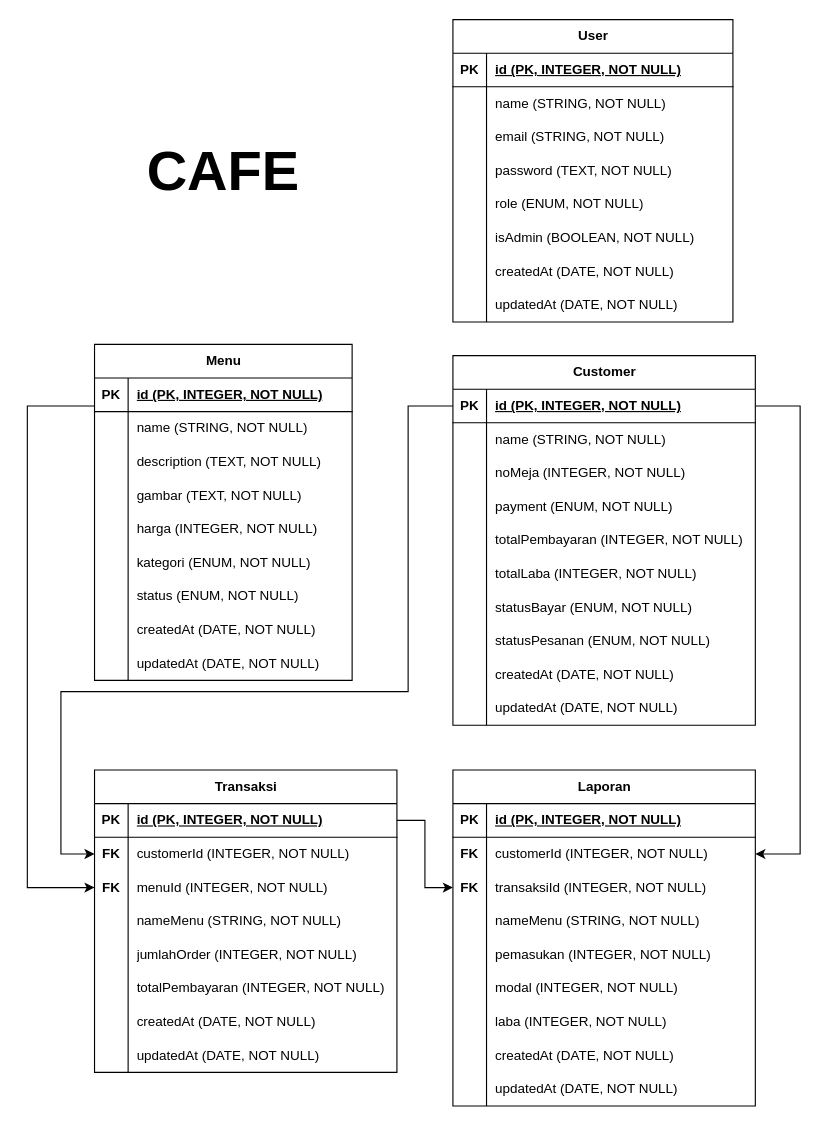
Above: assets/ERD CAFE.drawio in Kelompok1-FinalProject/server (draw.io), before the change. Source tidied: cells renumbered, new cells numbered last; positions are measured from the earlier drawing's top-left corner, leaving out a move shared by most shapes. Both pictures are drawn from the tidied source at 112%, with x=0, y=0 at pixel (27, 19).
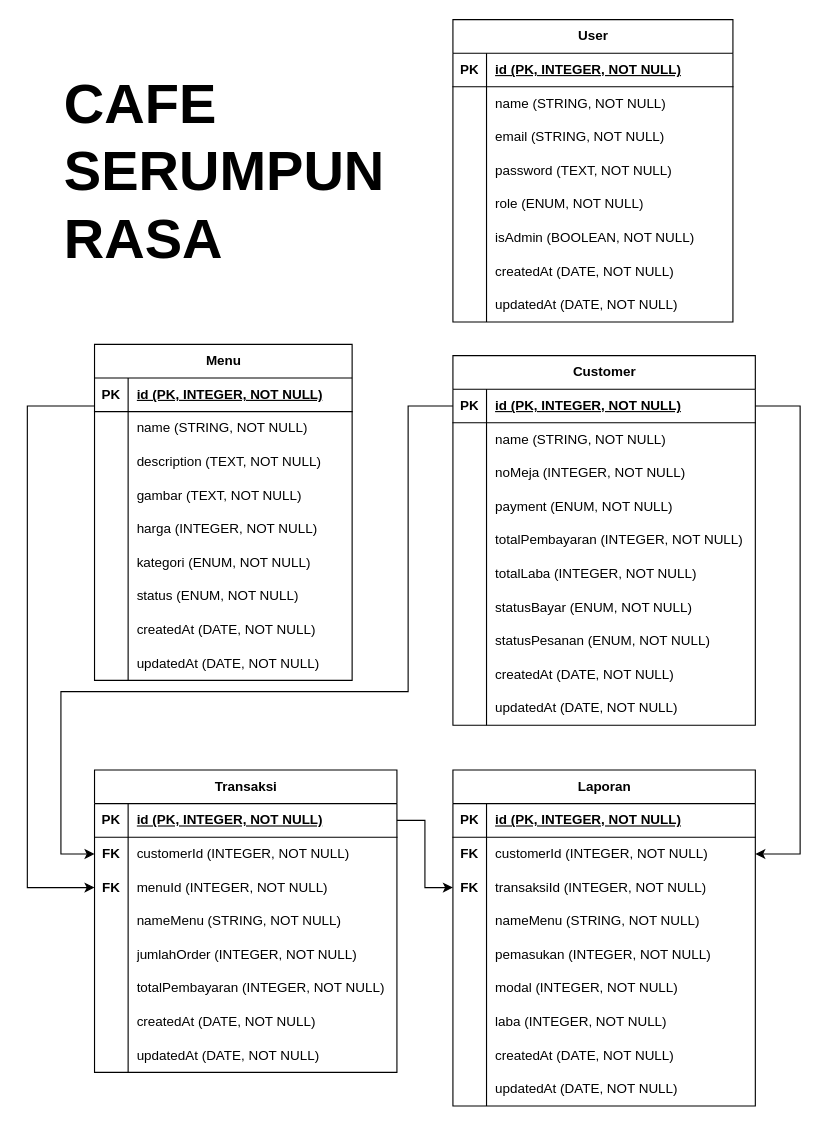
Above is the later version.

Commit message (it also covers changes not shown here):
Revisi ERD

What changed in the source:
```diff
@@
-    <mxCell id="143" value="CAFE" style="text;html=1;strokeColor=none;fillColor=none;align=center;verticalAlign=middle;whiteSpace=wrap;rounded=0;fontStyle=1;fontSize=50;" parent="1" vertex="1">
-      <mxGeometry x="99.9" y="100" width="150" height="70" as="geometry" />
+    <mxCell id="143" value="&lt;div style=&quot;&quot;&gt;&lt;span style=&quot;background-color: initial;&quot;&gt;CAFE SERUMPUN RASA&lt;/span&gt;&lt;/div&gt;" style="text;html=1;strokeColor=none;fillColor=none;align=left;verticalAlign=middle;whiteSpace=wrap;rounded=0;fontStyle=1;fontSize=50;" parent="1" vertex="1">
+      <mxGeometry x="30.5" y="50" width="288.9" height="170" as="geometry" />
     </mxCell>
```
